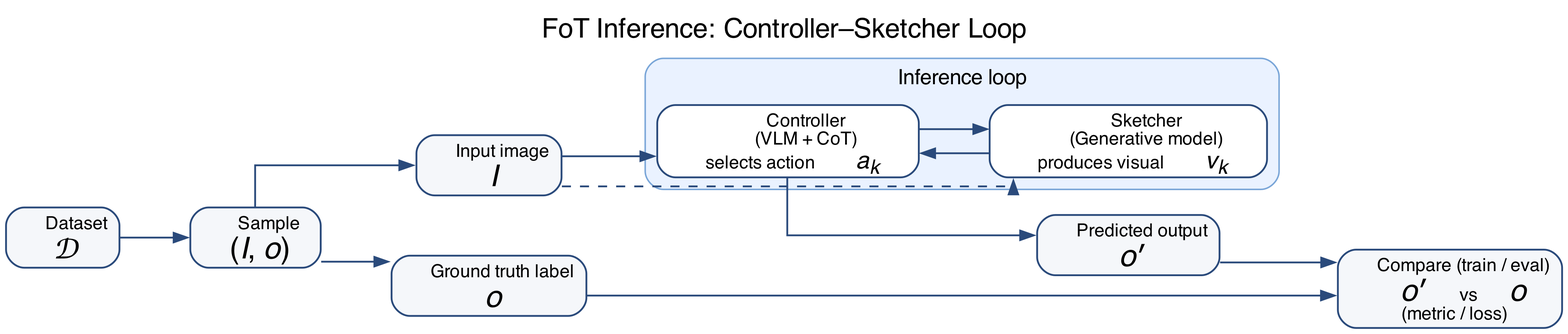
mashathepotato/visual-reasoning keeps this Graphviz diagram as diagrams/inference.png. Above is the earlier version. Its source is kept beside it as diagrams/inference.dot.
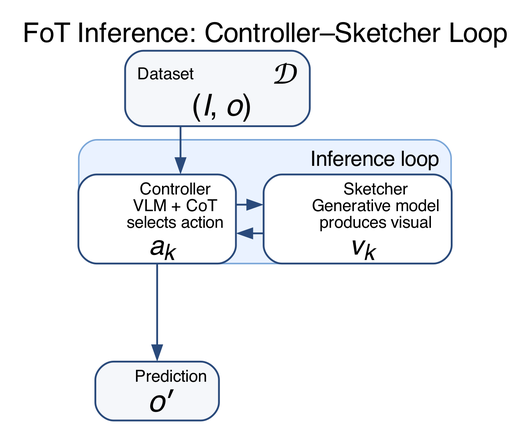
The same diagram one commit later.

Commit message:
Simplify and compact inference diagram

What changed in the source:
```diff
@@ -1,6 +1,6 @@
 digraph Inference {
   graph [
-    rankdir=LR,
+    rankdir=TB,
     fontsize=18,
     fontname="Helvetica",
     labelloc="t",
@@ -8,8 +8,9 @@
     bgcolor="white",
     compound=true,
     splines=ortho,
-    nodesep=0.35,
-    ranksep=0.65
+    nodesep=0.25,
+    ranksep=0.45,
+    margin=0.04
   ];
 
   node [
@@ -19,7 +20,7 @@
     color="#2A4A7B",
     penwidth=1.2,
     fontname="Helvetica",
-    fontsize=12
+    fontsize=11
   ];
 
   edge [
@@ -32,57 +33,32 @@
 
   dataset [
     label=<
-      <FONT FACE="Helvetica">Dataset</FONT><BR/>
-      <FONT FACE="Times New Roman" POINT-SIZE="20"><I>𝒟</I></FONT>
-    >,
-    fillcolor="#F5F7FA"
-  ];
-
-  sample [
-    label=<
-      <FONT FACE="Helvetica">Sample</FONT><BR/>
-      <FONT FACE="Times New Roman" POINT-SIZE="20">(<I>I</I>, <I>o</I>)</FONT>
-    >,
-    fillcolor="#F5F7FA"
-  ];
-
-  input [
-    label=<
-      <FONT FACE="Helvetica">Input image</FONT><BR/>
-      <FONT FACE="Times New Roman" POINT-SIZE="20"><I>I</I></FONT>
-    >,
-    fillcolor="#F5F7FA"
-  ];
-
-  truth [
-    label=<
-      <FONT FACE="Helvetica">Ground truth label</FONT><BR/>
-      <FONT FACE="Times New Roman" POINT-SIZE="20"><I>o</I></FONT>
+      <TABLE BORDER="0" CELLBORDER="0" CELLPADDING="0" CELLSPACING="0">
+        <TR>
+          <TD ALIGN="LEFT"><FONT FACE="Helvetica">Dataset</FONT></TD>
+          <TD ALIGN="RIGHT"><FONT FACE="Times New Roman" POINT-SIZE="20"><I>𝒟</I></FONT></TD>
+        </TR>
+        <TR>
+          <TD ALIGN="CENTER" COLSPAN="2">
+            <FONT FACE="Times New Roman" POINT-SIZE="20">(<I>I</I>, <I>o</I>)</FONT>
+          </TD>
+        </TR>
+      </TABLE>
     >,
     fillcolor="#F5F7FA"
   ];
 
   output [
     label=<
-      <FONT FACE="Helvetica">Predicted output</FONT><BR/>
+      <FONT FACE="Helvetica">Prediction</FONT><BR/>
       <FONT FACE="Times New Roman" POINT-SIZE="20"><I>o</I>′</FONT>
-    >,
-    fillcolor="#F5F7FA"
-  ];
-
-  compare [
-    label=<
-      <FONT FACE="Helvetica">Compare (train / eval)</FONT><BR/>
-      <FONT FACE="Times New Roman" POINT-SIZE="20"><I>o</I>′</FONT>
-      <FONT FACE="Helvetica"> vs </FONT>
-      <FONT FACE="Times New Roman" POINT-SIZE="20"><I>o</I></FONT><BR/>
-      <FONT FACE="Helvetica">(metric / loss)</FONT>
     >,
     fillcolor="#F5F7FA"
   ];
 
   subgraph cluster_loop {
     label="Inference loop";
+    labeljust="r";
     fontname="Helvetica";
     fontsize=14;
     color="#7AA6D8";
@@ -92,35 +68,31 @@
     controller [
       label=<
         <FONT FACE="Helvetica">Controller</FONT><BR/>
-        <FONT FACE="Helvetica">(VLM + CoT)</FONT><BR/>
-        <FONT FACE="Helvetica">selects action </FONT>
-        <FONT FACE="Times New Roman" POINT-SIZE="16"><I>a</I><SUB><I>k</I></SUB></FONT>
+        <FONT FACE="Helvetica">VLM + CoT</FONT><BR/>
+        <FONT FACE="Helvetica">selects action</FONT><BR/>
+        <FONT FACE="Times New Roman" POINT-SIZE="18"><I>a</I><SUB><I>k</I></SUB></FONT>
       >
     ];
 
     sketcher [
       label=<
         <FONT FACE="Helvetica">Sketcher</FONT><BR/>
-        <FONT FACE="Helvetica">(Generative model)</FONT><BR/>
-        <FONT FACE="Helvetica">produces visual </FONT>
-        <FONT FACE="Times New Roman" POINT-SIZE="16"><I>v</I><SUB><I>k</I></SUB></FONT>
+        <FONT FACE="Helvetica">Generative model</FONT><BR/>
+        <FONT FACE="Helvetica">produces visual</FONT><BR/>
+        <FONT FACE="Times New Roman" POINT-SIZE="18"><I>v</I><SUB><I>k</I></SUB></FONT>
       >
     ];
 
-    controller:ne -> sketcher:nw;
-    sketcher:sw -> controller:se;
+    { rank=same; controller; sketcher; }
+
+    controller:ne -> sketcher:nw [constraint=false];
+    sketcher:sw -> controller:se [constraint=false];
   }
 
-  dataset -> sample;
-  sample -> input;
-  sample -> truth;
+  { rank=source; dataset; }
+  { rank=sink; output; }
 
-  { rank=same; input; truth; }
-
-  input -> controller;
-  input -> sketcher [style=dashed, constraint=false];
-  controller -> output;
-
-  output -> compare;
-  truth -> compare;
+  dataset:s -> controller:nw;
+  dataset -> sketcher [style=invis, weight=1];
+  controller:s -> output:n [minlen=2];
 }
```
